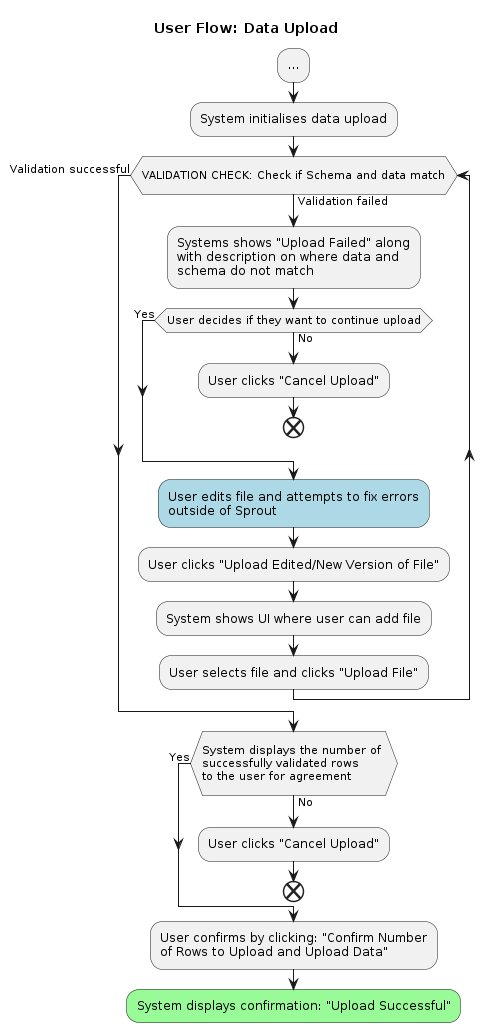
The PlantUML diagram docs/design/images/user-flow-data-upload.png in signekb/seedcase-sprout, before a commit.
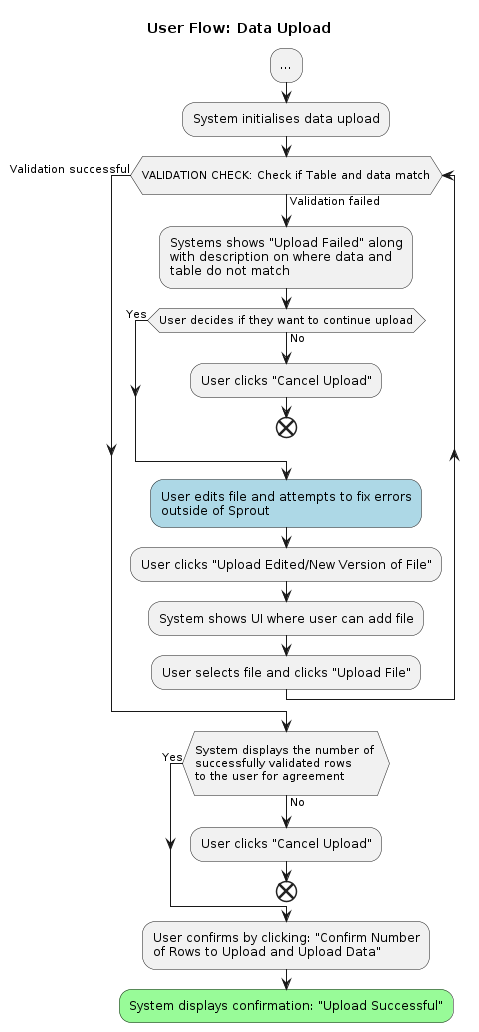
The same diagram one commit later.

Commit message:
fix: rerun pumls to change "schema(s)" to "table(s)"

What changed in the source:
```diff
@@ -4,8 +4,8 @@
 
 :...;
 :System initialises data upload;
-while (\nVALIDATION CHECK: Check if Schema and data match\n) is (Validation failed)
-:Systems shows "Upload Failed" along\nwith description on where data and\nschema do not match;
+while (\nVALIDATION CHECK: Check if Table and data match\n) is (Validation failed)
+:Systems shows "Upload Failed" along\nwith description on where data and\ntable do not match;
     while (User decides if they want to continue upload) is (No)
         :User clicks "Cancel Upload";
         end
```
